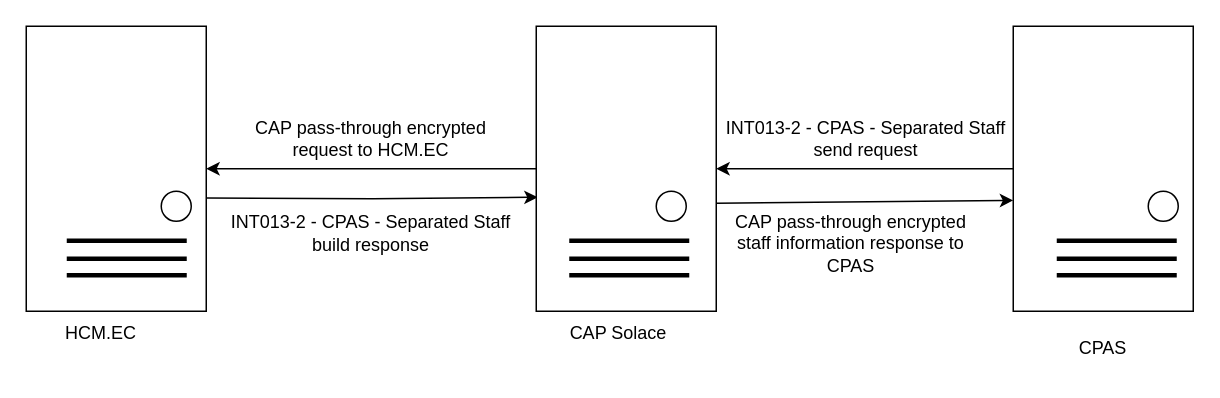
Before: page "CPAS" (4 of 10) of Untitled Diagram.drawio in wsxad234/flowchart, a draw.io diagram. Source tidied: cells renumbered, new cells numbered last; positions are measured from the earlier drawing's top-left corner, leaving out a move shared by most shapes. Both pictures are drawn from the tidied source at 150%, with x=0, y=0 at pixel (26, 26).
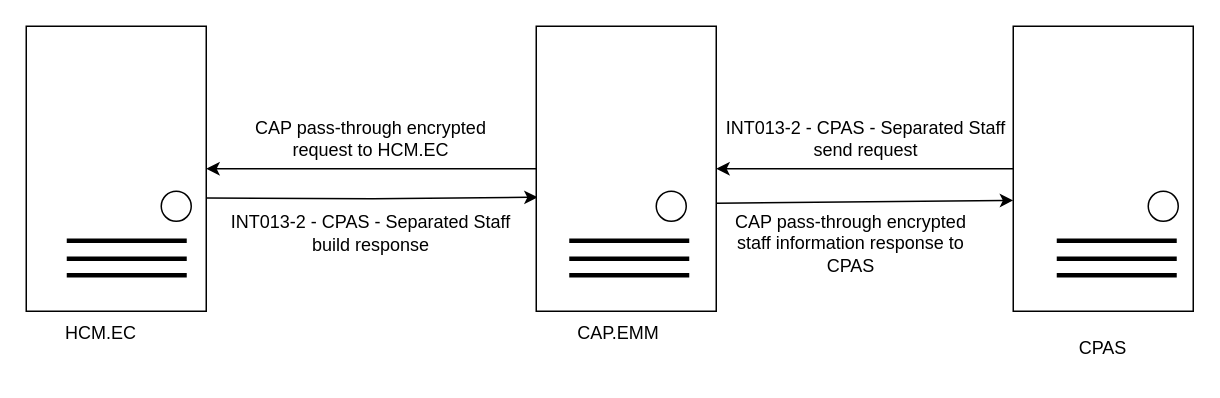
After the change.

What changed in the source:
```diff
@@
-    <mxCell id="12" value="CAP Solace" style="text;html=1;strokeColor=none;fillColor=none;align=center;verticalAlign=middle;whiteSpace=wrap;rounded=0;" parent="1" vertex="1">
+    <mxCell id="12" value="CAP.EMM" style="text;html=1;strokeColor=none;fillColor=none;align=center;verticalAlign=middle;whiteSpace=wrap;rounded=0;" parent="1" vertex="1">
       <mxGeometry x="360" y="190" width="70" height="30" as="geometry" />
     </mxCell>
```
